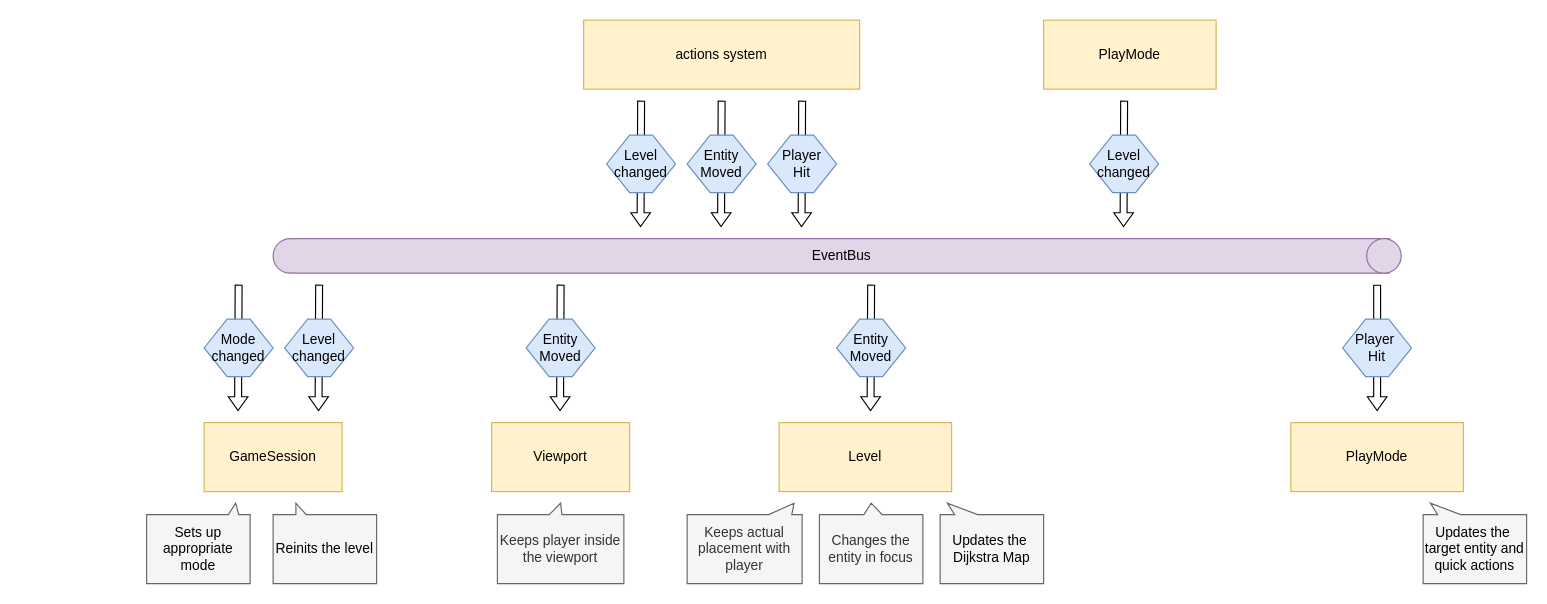
Above: page "Events" (4 of 9) of docs/schemas.drawio in vladimir-popov/forgotten_catacombs (draw.io), before the change. Source tidied: cells renumbered, new cells numbered last; positions are measured from the earlier drawing's top-left corner, leaving out a move shared by most shapes. Both pictures are drawn from the tidied source at 115%, with x=0, y=0 at pixel (146, 20).
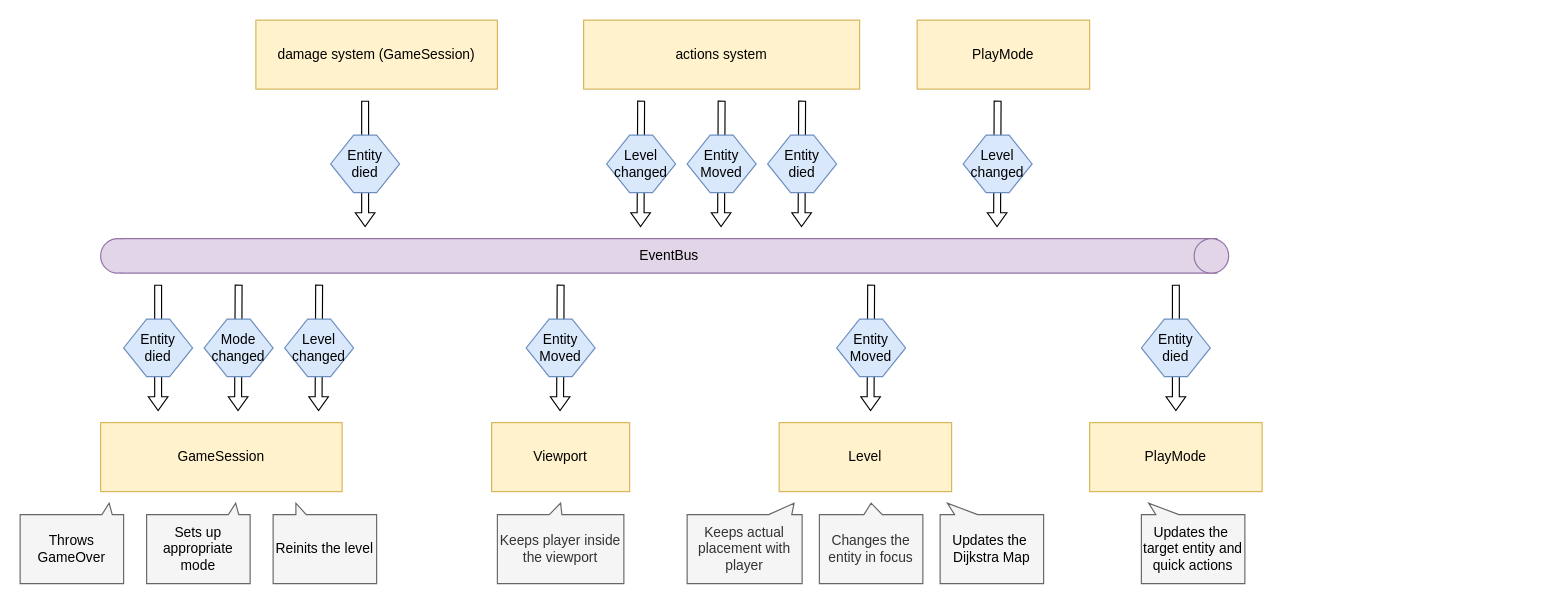
After the change.

Unchanged cells that the change refers to:
```xml
<mxCell id="23" style="group;" parent="1" vertex="1">
  <mxGeometry x="540" y="70" width="60" height="110" as="geometry" />
</mxCell>
<mxCell id="43" style="group;" parent="1" vertex="1">
  <mxGeometry x="820" y="70" width="60" height="110" as="geometry" />
</mxCell>
```

What changed in the source:
```diff
@@
     <mxCell id="2" style="group;" parent="1" vertex="1">
-      <mxGeometry x="110" y="190" width="990" height="30" as="geometry" />
+      <mxGeometry x="-40" y="190" width="990" height="30" as="geometry" />
     </mxCell>
@@
     <mxCell id="19" value="PlayMode" style="rounded=0;whiteSpace=wrap;html=1;fillColor=#fff2cc;strokeColor=#d6b656;" parent="1" vertex="1">
-      <mxGeometry x="995" y="350" width="150" height="60" as="geometry" />
+      <mxGeometry x="820" y="350" width="150" height="60" as="geometry" />
     </mxCell>
@@
-    <mxCell id="25" value="Player&lt;div&gt;Hit&lt;/div&gt;" style="shape=hexagon;perimeter=hexagonPerimeter2;whiteSpace=wrap;html=1;fixedSize=1;fillColor=#dae8fc;strokeColor=#6c8ebf;" parent="23" vertex="1">
+    <mxCell id="25" value="Entity&lt;div&gt;d&lt;span style=&quot;background-color: transparent; color: light-dark(rgb(0, 0, 0), rgb(255, 255, 255));&quot;&gt;ied&lt;/span&gt;&lt;/div&gt;" style="shape=hexagon;perimeter=hexagonPerimeter2;whiteSpace=wrap;html=1;fixedSize=1;fillColor=#dae8fc;strokeColor=#6c8ebf;" parent="23" vertex="1">
       <mxGeometry y="30" width="60" height="50" as="geometry" />
     </mxCell>
     <mxCell id="26" style="group;" parent="1" vertex="1">
-      <mxGeometry x="1040" y="230" width="60" height="110" as="geometry" />
+      <mxGeometry x="865" y="230" width="60" height="110" as="geometry" />
     </mxCell>
@@
-    <mxCell id="28" value="Player&amp;nbsp;&lt;div&gt;Hit&lt;/div&gt;" style="shape=hexagon;perimeter=hexagonPerimeter2;whiteSpace=wrap;html=1;fixedSize=1;fillColor=#dae8fc;strokeColor=#6c8ebf;" parent="26" vertex="1">
+    <mxCell id="28" value="Entity&lt;div&gt;d&lt;span style=&quot;background-color: transparent; color: light-dark(rgb(0, 0, 0), rgb(255, 255, 255));&quot;&gt;ied&lt;/span&gt;&lt;/div&gt;" style="shape=hexagon;perimeter=hexagonPerimeter2;whiteSpace=wrap;html=1;fixedSize=1;fillColor=#dae8fc;strokeColor=#6c8ebf;" parent="26" vertex="1">
       <mxGeometry y="30" width="60" height="50" as="geometry" />
     </mxCell>
@@
     <mxCell id="35" value="GameSession" style="rounded=0;whiteSpace=wrap;html=1;fillColor=#fff2cc;strokeColor=#d6b656;" parent="1" vertex="1">
-      <mxGeometry x="50" y="350" width="120" height="60" as="geometry" />
+      <mxGeometry x="-40" y="350" width="210" height="60" as="geometry" />
     </mxCell>
@@
     <mxCell id="41" value="Updates the&amp;nbsp;&lt;br&gt;target entity and quick actions" style="shape=callout;whiteSpace=wrap;html=1;perimeter=calloutPerimeter;flipV=1;size=10;position=0.14;fillColor=#f5f5f5;strokeColor=#666666;base=20;position2=0.07;" parent="1" vertex="1">
-      <mxGeometry x="1110" y="420" width="90" height="70" as="geometry" />
+      <mxGeometry x="865" y="420" width="90" height="70" as="geometry" />
     </mxCell>
     <mxCell id="42" value="PlayMode" style="rounded=0;whiteSpace=wrap;html=1;fillColor=#fff2cc;strokeColor=#d6b656;" parent="1" vertex="1">
-      <mxGeometry x="780" width="150" height="60" as="geometry" />
+      <mxGeometry x="670" width="150" height="60" as="geometry" />
     </mxCell>
@@
     <mxCell id="44" style="shape=flexArrow;endArrow=classic;html=1;rounded=0;endWidth=10;endSize=3.665;width=6;" parent="43" edge="1">
       <mxGeometry relative="1" as="geometry">
-        <mxPoint x="30" as="sourcePoint" />
-        <mxPoint x="29.5" y="110" as="targetPoint" />
+        <mxPoint x="-80" as="sourcePoint" />
+        <mxPoint x="-80.5" y="110" as="targetPoint" />
       </mxGeometry>
     </mxCell>
     <mxCell id="45" value="Level changed" style="shape=hexagon;perimeter=hexagonPerimeter2;whiteSpace=wrap;html=1;fixedSize=1;fillColor=#dae8fc;strokeColor=#6c8ebf;" parent="43" vertex="1">
-      <mxGeometry y="30" width="60" height="50" as="geometry" />
+      <mxGeometry x="-110" y="30" width="60" height="50" as="geometry" />
     </mxCell>
+    <mxCell id="46" style="group;" parent="1" vertex="1">
+      <mxGeometry x="-20" y="230" width="60" height="110" as="geometry" />
+    </mxCell>
+    <mxCell id="47" style="shape=flexArrow;endArrow=classic;html=1;rounded=0;endWidth=10;endSize=3.665;width=6;" parent="46" edge="1">
+      <mxGeometry relative="1" as="geometry">
+        <mxPoint x="30" as="sourcePoint" />
+        <mxPoint x="30" y="110" as="targetPoint" />
+      </mxGeometry>
+    </mxCell>
+    <mxCell id="48" value="Entity&lt;div&gt;d&lt;span style=&quot;background-color: transparent; color: light-dark(rgb(0, 0, 0), rgb(255, 255, 255));&quot;&gt;ied&lt;/span&gt;&lt;/div&gt;" style="shape=hexagon;perimeter=hexagonPerimeter2;whiteSpace=wrap;html=1;fixedSize=1;fillColor=#dae8fc;strokeColor=#6c8ebf;" parent="46" vertex="1">
+      <mxGeometry y="30" width="60" height="50" as="geometry" />
+    </mxCell>
+    <mxCell id="49" value="damage system (GameSession)" style="rounded=0;whiteSpace=wrap;html=1;fillColor=#fff2cc;strokeColor=#d6b656;" parent="1" vertex="1">
+      <mxGeometry x="95" width="210" height="60" as="geometry" />
+    </mxCell>
+    <mxCell id="50" style="group;" parent="1" vertex="1">
+      <mxGeometry x="160" y="70" width="60" height="110" as="geometry" />
+    </mxCell>
+    <mxCell id="51" style="shape=flexArrow;endArrow=classic;html=1;rounded=0;endWidth=10;endSize=3.665;width=6;" parent="50" edge="1">
+      <mxGeometry relative="1" as="geometry">
+        <mxPoint x="30" as="sourcePoint" />
+        <mxPoint x="30" y="110" as="targetPoint" />
+      </mxGeometry>
+    </mxCell>
+    <mxCell id="52" value="Entity&lt;div&gt;d&lt;span style=&quot;background-color: transparent; color: light-dark(rgb(0, 0, 0), rgb(255, 255, 255));&quot;&gt;ied&lt;/span&gt;&lt;/div&gt;" style="shape=hexagon;perimeter=hexagonPerimeter2;whiteSpace=wrap;html=1;fixedSize=1;fillColor=#dae8fc;strokeColor=#6c8ebf;" parent="50" vertex="1">
+      <mxGeometry y="30" width="60" height="50" as="geometry" />
+    </mxCell>
+    <mxCell id="53" value="Throws GameOver" style="shape=callout;whiteSpace=wrap;html=1;perimeter=calloutPerimeter;flipV=1;size=10;position=0.79;fillColor=#f5f5f5;strokeColor=#666666;base=9;position2=0.86;" parent="1" vertex="1">
+      <mxGeometry x="-110" y="420" width="90" height="70" as="geometry" />
+    </mxCell>
```
